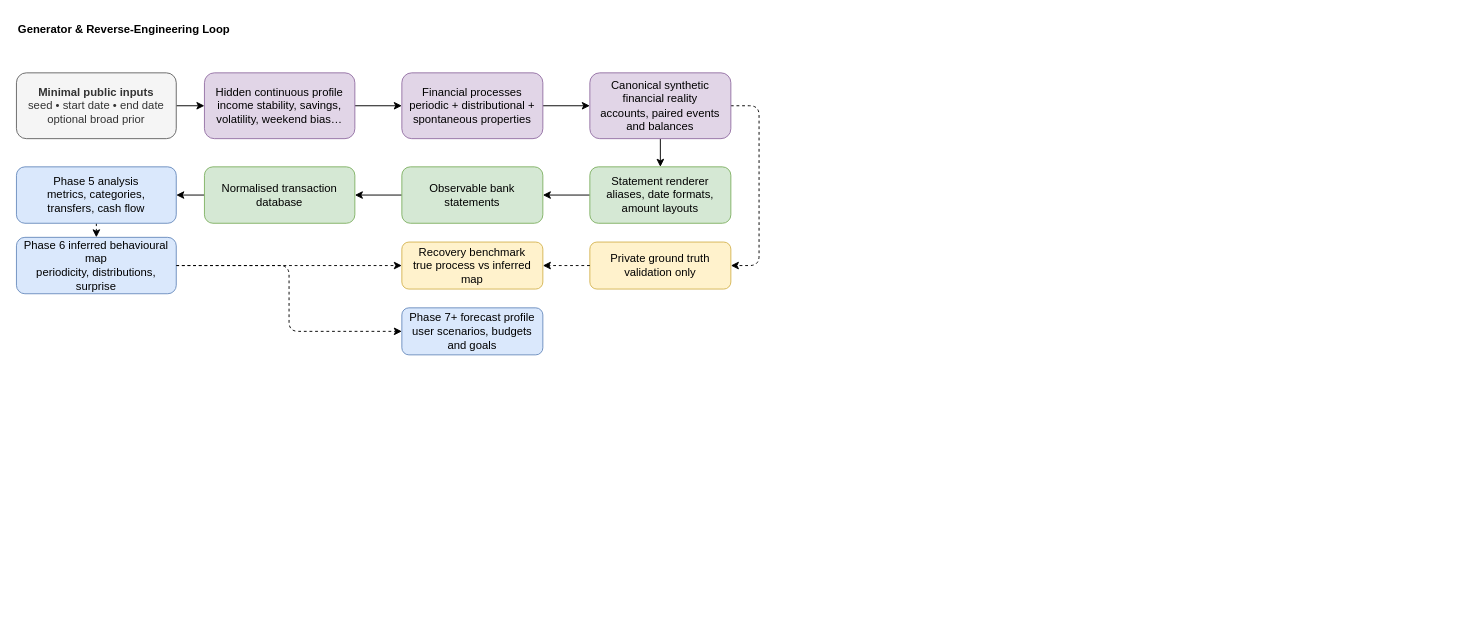
Earlier version of the draw.io diagram architecture/generator_analysis_loop.drawio (SamGr64/Project-NIMO). Source tidied: cells renumbered, new cells numbered last; positions are measured from the earlier drawing's top-left corner, leaving out a move shared by most shapes. Both pictures are drawn from the tidied source at 94%, with x=0, y=0 at pixel (16, 16).
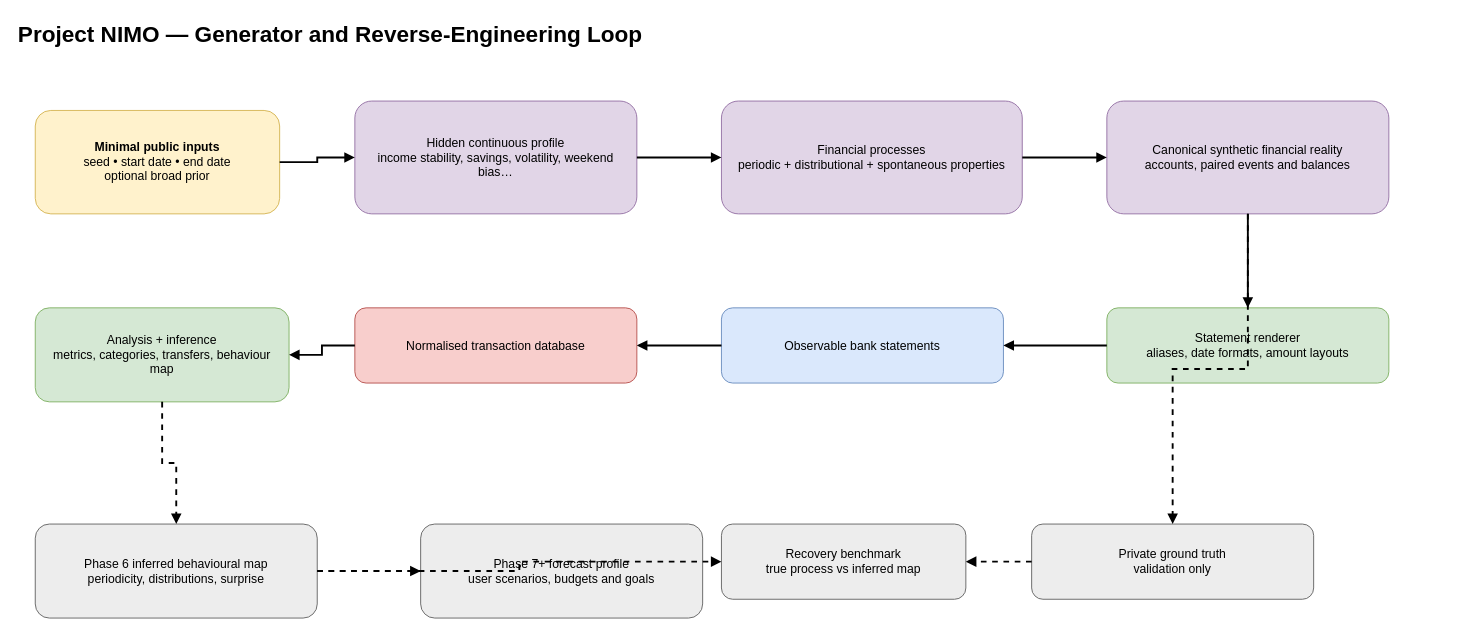
The same page after the edit.

The edit, as a diff of the source:
```diff
@@
-    <mxCell id="2" value="&lt;b&gt;Generator &amp;amp; Reverse-Engineering Loop&lt;/b&gt;" style="text;html=1;strokeColor=none;fillColor=none;align=left;verticalAlign=top;whiteSpace=wrap;rounded=0;fontSize=12;fontStyle=1;" parent="1" vertex="1">
-      <mxGeometry width="280" height="40" as="geometry" />
+    <mxCell id="2" value="&lt;b&gt;Project NIMO — Generator and Reverse-Engineering Loop&lt;/b&gt;" style="text;html=1;strokeColor=none;fillColor=none;align=left;verticalAlign=middle;whiteSpace=wrap;rounded=0;fontSize=24;fontStyle=1;" parent="1" vertex="1">
+      <mxGeometry width="1520" height="40" as="geometry" />
     </mxCell>
-    <mxCell id="3" style="edgeStyle=none;html=1;exitX=1;exitY=0.5;exitDx=0;exitDy=0;entryX=0;entryY=0.5;entryDx=0;entryDy=0;" parent="1" edge="1" source="4" target="6">
-      <mxGeometry relative="1" as="geometry" />
-    </mxCell>
-    <mxCell id="4" value="&lt;b&gt;Minimal public inputs&lt;/b&gt;&lt;br&gt;seed • start date • end date&lt;br&gt;optional broad prior" style="rounded=1;whiteSpace=wrap;html=1;fillColor=#f5f5f5;strokeColor=#666666;fontSize=12;fontFamily=Helvetica;align=center;verticalAlign=middle;spacing=8;fontColor=#333333;" parent="1" vertex="1">
-      <mxGeometry y="60" width="170" height="70" as="geometry" />
+    <mxCell id="4" value="&lt;b&gt;Minimal public inputs&lt;/b&gt;&lt;br&gt;seed • start date • end date&lt;br&gt;optional broad prior" style="rounded=1;whiteSpace=wrap;html=1;fillColor=#FFF2CC;strokeColor=#D6B656;fontSize=13;fontFamily=Helvetica;align=center;verticalAlign=middle;spacing=8;" parent="1" vertex="1">
+      <mxGeometry x="20" y="100" width="260" height="110" as="geometry" />
     </mxCell>
-    <mxCell id="5" style="edgeStyle=none;html=1;exitX=1;exitY=0.5;exitDx=0;exitDy=0;entryX=0;entryY=0.5;entryDx=0;entryDy=0;" parent="1" edge="1" source="6" target="8">
-      <mxGeometry relative="1" as="geometry" />
-    </mxCell>
-    <mxCell id="6" value="Hidden continuous profile&lt;br&gt;income stability, savings, volatility, weekend bias…" style="rounded=1;whiteSpace=wrap;html=1;fillColor=#E1D5E7;strokeColor=#9673A6;fontSize=12;fontFamily=Helvetica;align=center;verticalAlign=middle;spacing=8;" parent="1" vertex="1">
-      <mxGeometry x="200" y="60" width="160" height="70" as="geometry" />
+    <mxCell id="6" value="Hidden continuous profile&lt;br&gt;income stability, savings, volatility, weekend bias…" style="rounded=1;whiteSpace=wrap;html=1;fillColor=#E1D5E7;strokeColor=#9673A6;fontSize=13;fontFamily=Helvetica;align=center;verticalAlign=middle;spacing=8;" parent="1" vertex="1">
+      <mxGeometry x="360" y="90" width="300" height="120" as="geometry" />
     </mxCell>
-    <mxCell id="7" style="edgeStyle=none;html=1;exitX=1;exitY=0.5;exitDx=0;exitDy=0;entryX=0;entryY=0.5;entryDx=0;entryDy=0;" parent="1" edge="1" source="8" target="11">
-      <mxGeometry relative="1" as="geometry" />
-    </mxCell>
-    <mxCell id="8" value="Financial processes&lt;br&gt;periodic + distributional + spontaneous properties" style="rounded=1;whiteSpace=wrap;html=1;fillColor=#E1D5E7;strokeColor=#9673A6;fontSize=12;fontFamily=Helvetica;align=center;verticalAlign=middle;spacing=8;" parent="1" vertex="1">
-      <mxGeometry x="410" y="60" width="150" height="70" as="geometry" />
+    <mxCell id="8" value="Financial processes&lt;br&gt;periodic + distributional + spontaneous properties" style="rounded=1;whiteSpace=wrap;html=1;fillColor=#E1D5E7;strokeColor=#9673A6;fontSize=13;fontFamily=Helvetica;align=center;verticalAlign=middle;spacing=8;" parent="1" vertex="1">
+      <mxGeometry x="750" y="90" width="320" height="120" as="geometry" />
     </mxCell>
-    <mxCell id="9" style="edgeStyle=none;html=1;exitX=0.5;exitY=1;exitDx=0;exitDy=0;entryX=0.5;entryY=0;entryDx=0;entryDy=0;" parent="1" edge="1" source="11" target="13">
-      <mxGeometry relative="1" as="geometry" />
-    </mxCell>
-    <mxCell id="10" style="edgeStyle=none;html=1;exitX=1;exitY=0.5;exitDx=0;exitDy=0;entryX=1;entryY=0.5;entryDx=0;entryDy=0;dashed=1;" parent="1" edge="1" source="11" target="23">
-      <mxGeometry relative="1" as="geometry">
-        <Array as="points">
-          <mxPoint x="790" y="95" />
-          <mxPoint x="790" y="265" />
-        </Array>
-      </mxGeometry>
-    </mxCell>
-    <mxCell id="11" value="Canonical synthetic financial reality&lt;br&gt;accounts, paired events and balances" style="rounded=1;whiteSpace=wrap;html=1;fillColor=#E1D5E7;strokeColor=#9673A6;fontSize=12;fontFamily=Helvetica;align=center;verticalAlign=middle;spacing=8;" parent="1" vertex="1">
-      <mxGeometry x="610" y="60" width="150" height="70" as="geometry" />
+    <mxCell id="11" value="Canonical synthetic financial reality&lt;br&gt;accounts, paired events and balances" style="rounded=1;whiteSpace=wrap;html=1;fillColor=#E1D5E7;strokeColor=#9673A6;fontSize=13;fontFamily=Helvetica;align=center;verticalAlign=middle;spacing=8;" parent="1" vertex="1">
+      <mxGeometry x="1160" y="90" width="300" height="120" as="geometry" />
     </mxCell>
-    <mxCell id="12" style="edgeStyle=none;html=1;exitX=0;exitY=0.5;exitDx=0;exitDy=0;entryX=1;entryY=0.5;entryDx=0;entryDy=0;" parent="1" edge="1" source="13" target="15">
-      <mxGeometry relative="1" as="geometry" />
-    </mxCell>
-    <mxCell id="13" value="Statement renderer&lt;br&gt;aliases, date formats, amount layouts" style="rounded=1;whiteSpace=wrap;html=1;fillColor=#d5e8d4;strokeColor=#82b366;fontSize=12;fontFamily=Helvetica;align=center;verticalAlign=middle;spacing=8;" parent="1" vertex="1">
-      <mxGeometry x="610" y="160" width="150" height="60" as="geometry" />
+    <mxCell id="13" value="Statement renderer&lt;br&gt;aliases, date formats, amount layouts" style="rounded=1;whiteSpace=wrap;html=1;fillColor=#D5E8D4;strokeColor=#82B366;fontSize=13;fontFamily=Helvetica;align=center;verticalAlign=middle;spacing=8;" parent="1" vertex="1">
+      <mxGeometry x="1160" y="310" width="300" height="80" as="geometry" />
     </mxCell>
-    <mxCell id="14" style="edgeStyle=none;html=1;exitX=0;exitY=0.5;exitDx=0;exitDy=0;entryX=1;entryY=0.5;entryDx=0;entryDy=0;" parent="1" edge="1" source="15" target="17">
-      <mxGeometry relative="1" as="geometry" />
-    </mxCell>
-    <mxCell id="15" value="Observable bank statements" style="rounded=1;whiteSpace=wrap;html=1;fillColor=#d5e8d4;strokeColor=#82b366;fontSize=12;fontFamily=Helvetica;align=center;verticalAlign=middle;spacing=8;" parent="1" vertex="1">
-      <mxGeometry x="410" y="160" width="150" height="60" as="geometry" />
+    <mxCell id="15" value="Observable bank statements" style="rounded=1;whiteSpace=wrap;html=1;fillColor=#DAE8FC;strokeColor=#6C8EBF;fontSize=13;fontFamily=Helvetica;align=center;verticalAlign=middle;spacing=8;" parent="1" vertex="1">
+      <mxGeometry x="750" y="310" width="300" height="80" as="geometry" />
     </mxCell>
-    <mxCell id="16" style="edgeStyle=none;html=1;exitX=0;exitY=0.5;exitDx=0;exitDy=0;entryX=1;entryY=0.5;entryDx=0;entryDy=0;" parent="1" edge="1" source="17" target="19">
-      <mxGeometry relative="1" as="geometry" />
-    </mxCell>
-    <mxCell id="17" value="Normalised transaction database" style="rounded=1;whiteSpace=wrap;html=1;fillColor=#d5e8d4;strokeColor=#82b366;fontSize=12;fontFamily=Helvetica;align=center;verticalAlign=middle;spacing=8;" parent="1" vertex="1">
-      <mxGeometry x="200" y="160" width="160" height="60" as="geometry" />
+    <mxCell id="17" value="Normalised transaction database" style="rounded=1;whiteSpace=wrap;html=1;fillColor=#F8CECC;strokeColor=#B85450;fontSize=13;fontFamily=Helvetica;align=center;verticalAlign=middle;spacing=8;" parent="1" vertex="1">
+      <mxGeometry x="360" y="310" width="300" height="80" as="geometry" />
     </mxCell>
-    <mxCell id="18" style="edgeStyle=orthogonalEdgeStyle;html=1;exitX=0.5;exitY=1;exitDx=0;exitDy=0;entryX=0.5;entryY=0;entryDx=0;entryDy=0;dashed=1;" parent="1" edge="1" source="19" target="21">
-      <mxGeometry relative="1" as="geometry" />
-    </mxCell>
-    <mxCell id="19" value="Phase 5 analysis&lt;br&gt;metrics, categories, transfers, cash flow" style="rounded=1;whiteSpace=wrap;html=1;fillColor=#dae8fc;strokeColor=#6c8ebf;fontSize=12;fontFamily=Helvetica;align=center;verticalAlign=middle;spacing=8;" parent="1" vertex="1">
-      <mxGeometry y="160" width="170" height="60" as="geometry" />
+    <mxCell id="19" value="Analysis + inference&lt;br&gt;metrics, categories, transfers, behaviour map" style="rounded=1;whiteSpace=wrap;html=1;fillColor=#D5E8D4;strokeColor=#82B366;fontSize=13;fontFamily=Helvetica;align=center;verticalAlign=middle;spacing=8;" parent="1" vertex="1">
+      <mxGeometry x="20" y="310" width="270" height="100" as="geometry" />
     </mxCell>
-    <mxCell id="20" style="edgeStyle=orthogonalEdgeStyle;html=1;entryX=0;entryY=0.5;entryDx=0;entryDy=0;dashed=1;" parent="1" edge="1" source="21" target="22">
-      <mxGeometry relative="1" as="geometry" />
-    </mxCell>
-    <mxCell id="21" value="Phase 6 inferred behavioural map&lt;br&gt;periodicity, distributions, surprise" style="rounded=1;whiteSpace=wrap;html=1;fillColor=#dae8fc;strokeColor=#6c8ebf;fontSize=12;fontFamily=Helvetica;align=center;verticalAlign=middle;spacing=8;" parent="1" vertex="1">
-      <mxGeometry y="235" width="170" height="60" as="geometry" />
+    <mxCell id="21" value="Phase 6 inferred behavioural map&lt;br&gt;periodicity, distributions, surprise" style="rounded=1;whiteSpace=wrap;html=1;fillColor=#EDEDED;strokeColor=#666666;fontSize=13;fontFamily=Helvetica;align=center;verticalAlign=middle;spacing=8;" parent="1" vertex="1">
+      <mxGeometry x="20" y="540" width="300" height="100" as="geometry" />
     </mxCell>
-    <mxCell id="22" value="Phase 7+ forecast profile&lt;br&gt;user scenarios, budgets and goals" style="rounded=1;whiteSpace=wrap;html=1;fillColor=#dae8fc;strokeColor=#6c8ebf;fontSize=12;fontFamily=Helvetica;align=center;verticalAlign=middle;spacing=8;" parent="1" vertex="1">
-      <mxGeometry x="410" y="310" width="150" height="50" as="geometry" />
+    <mxCell id="22" value="Phase 7+ forecast profile&lt;br&gt;user scenarios, budgets and goals" style="rounded=1;whiteSpace=wrap;html=1;fillColor=#EDEDED;strokeColor=#666666;fontSize=13;fontFamily=Helvetica;align=center;verticalAlign=middle;spacing=8;" parent="1" vertex="1">
+      <mxGeometry x="430" y="540" width="300" height="100" as="geometry" />
     </mxCell>
-    <mxCell id="23" value="Private ground truth&lt;br&gt;validation only" style="rounded=1;whiteSpace=wrap;html=1;fillColor=#fff2cc;strokeColor=#d6b656;fontSize=12;fontFamily=Helvetica;align=center;verticalAlign=middle;spacing=8;" parent="1" vertex="1">
-      <mxGeometry x="610" y="240" width="150" height="50" as="geometry" />
+    <mxCell id="23" value="Private ground truth&lt;br&gt;validation only" style="rounded=1;whiteSpace=wrap;html=1;fillColor=#EDEDED;strokeColor=#666666;fontSize=13;fontFamily=Helvetica;align=center;verticalAlign=middle;spacing=8;" parent="1" vertex="1">
+      <mxGeometry x="1080" y="540" width="300" height="80" as="geometry" />
     </mxCell>
-    <mxCell id="24" value="Recovery benchmark&lt;br&gt;true process vs inferred map" style="rounded=1;whiteSpace=wrap;html=1;fillColor=#fff2cc;strokeColor=#d6b656;fontSize=12;fontFamily=Helvetica;align=center;verticalAlign=middle;spacing=8;" parent="1" vertex="1">
-      <mxGeometry x="410" y="240" width="150" height="50" as="geometry" />
+    <mxCell id="24" value="Recovery benchmark&lt;br&gt;true process vs inferred map" style="rounded=1;whiteSpace=wrap;html=1;fillColor=#EDEDED;strokeColor=#666666;fontSize=13;fontFamily=Helvetica;align=center;verticalAlign=middle;spacing=8;" parent="1" vertex="1">
+      <mxGeometry x="750" y="540" width="260" height="80" as="geometry" />
     </mxCell>
+    <mxCell id="3" style="edgeStyle=orthogonalEdgeStyle;rounded=0;jettySize=auto;html=1;endArrow=block;endFill=1;strokeWidth=2;" parent="1" edge="1" source="4" target="6">
+      <mxGeometry relative="1" as="geometry" />
+    </mxCell>
+    <mxCell id="5" style="edgeStyle=orthogonalEdgeStyle;rounded=0;jettySize=auto;html=1;endArrow=block;endFill=1;strokeWidth=2;" parent="1" edge="1" source="6" target="8">
+      <mxGeometry relative="1" as="geometry" />
+    </mxCell>
+    <mxCell id="7" style="edgeStyle=orthogonalEdgeStyle;rounded=0;jettySize=auto;html=1;endArrow=block;endFill=1;strokeWidth=2;" parent="1" edge="1" source="8" target="11">
+      <mxGeometry relative="1" as="geometry" />
+    </mxCell>
+    <mxCell id="9" style="edgeStyle=orthogonalEdgeStyle;rounded=0;jettySize=auto;html=1;endArrow=block;endFill=1;strokeWidth=2;" parent="1" edge="1" source="11" target="13">
+      <mxGeometry relative="1" as="geometry" />
+    </mxCell>
+    <mxCell id="12" style="edgeStyle=orthogonalEdgeStyle;rounded=0;jettySize=auto;html=1;endArrow=block;endFill=1;strokeWidth=2;" parent="1" edge="1" source="13" target="15">
+      <mxGeometry relative="1" as="geometry" />
+    </mxCell>
+    <mxCell id="14" style="edgeStyle=orthogonalEdgeStyle;rounded=0;jettySize=auto;html=1;endArrow=block;endFill=1;strokeWidth=2;" parent="1" edge="1" source="15" target="17">
+      <mxGeometry relative="1" as="geometry" />
+    </mxCell>
+    <mxCell id="16" style="edgeStyle=orthogonalEdgeStyle;rounded=0;jettySize=auto;html=1;endArrow=block;endFill=1;strokeWidth=2;" parent="1" edge="1" source="17" target="19">
+      <mxGeometry relative="1" as="geometry" />
+    </mxCell>
+    <mxCell id="18" style="edgeStyle=orthogonalEdgeStyle;rounded=0;jettySize=auto;html=1;endArrow=block;endFill=1;strokeWidth=2;dashed=1;" parent="1" edge="1" source="19" target="21">
+      <mxGeometry relative="1" as="geometry" />
+    </mxCell>
+    <mxCell id="20" style="edgeStyle=orthogonalEdgeStyle;rounded=0;jettySize=auto;html=1;endArrow=block;endFill=1;strokeWidth=2;dashed=1;" parent="1" edge="1" source="21" target="22">
+      <mxGeometry relative="1" as="geometry" />
+    </mxCell>
+    <mxCell id="10" style="edgeStyle=orthogonalEdgeStyle;rounded=0;jettySize=auto;html=1;endArrow=block;endFill=1;strokeWidth=2;dashed=1;" parent="1" edge="1" source="11" target="23">
+      <mxGeometry relative="1" as="geometry" />
+    </mxCell>
-    <mxCell id="25" style="edgeStyle=orthogonalEdgeStyle;rounded=1;jettySize=auto;html=1;endArrow=classic;endFill=1;strokeWidth=1;dashed=1;fontSize=12;curved=0;" parent="1" edge="1" source="23" target="24">
+    <mxCell id="25" style="edgeStyle=orthogonalEdgeStyle;rounded=0;jettySize=auto;html=1;endArrow=block;endFill=1;strokeWidth=2;dashed=1;" parent="1" edge="1" source="23" target="24">
       <mxGeometry relative="1" as="geometry" />
     </mxCell>
-    <mxCell id="26" style="edgeStyle=orthogonalEdgeStyle;rounded=1;jettySize=auto;html=1;endArrow=classic;endFill=1;strokeWidth=1;dashed=1;fontSize=12;curved=0;" parent="1" edge="1" source="21" target="24">
+    <mxCell id="26" style="edgeStyle=orthogonalEdgeStyle;rounded=0;jettySize=auto;html=1;endArrow=block;endFill=1;strokeWidth=2;dashed=1;" parent="1" edge="1" source="21" target="24">
       <mxGeometry relative="1" as="geometry" />
     </mxCell>
```
